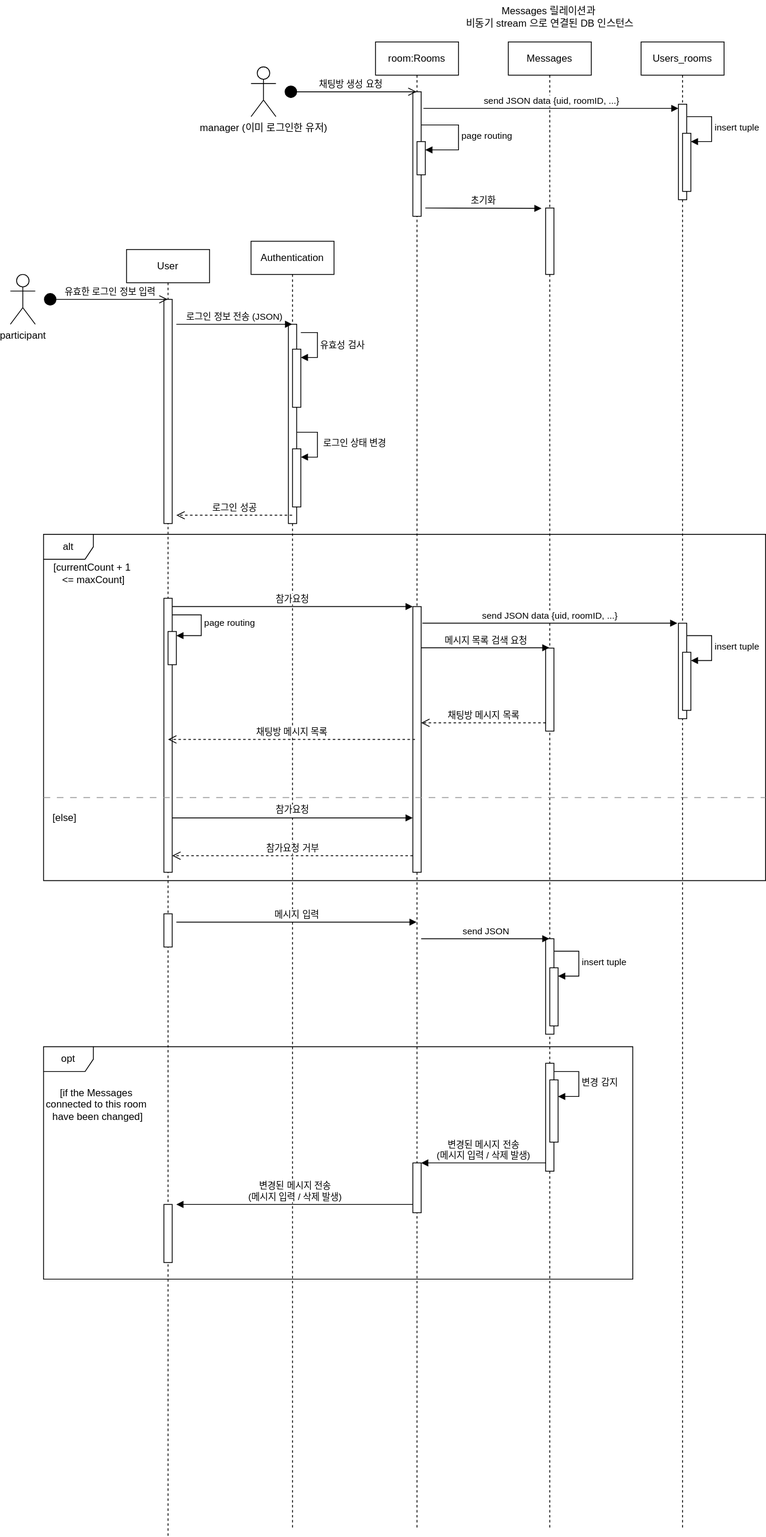
The draw.io diagram diagrams/sequence_diagram.drawio.svg in RGB234/meeting_app, before a commit. Source tidied: cells renumbered, new cells last; positions are measured from the earlier drawing's top-left corner, leaving out a move shared by most shapes.
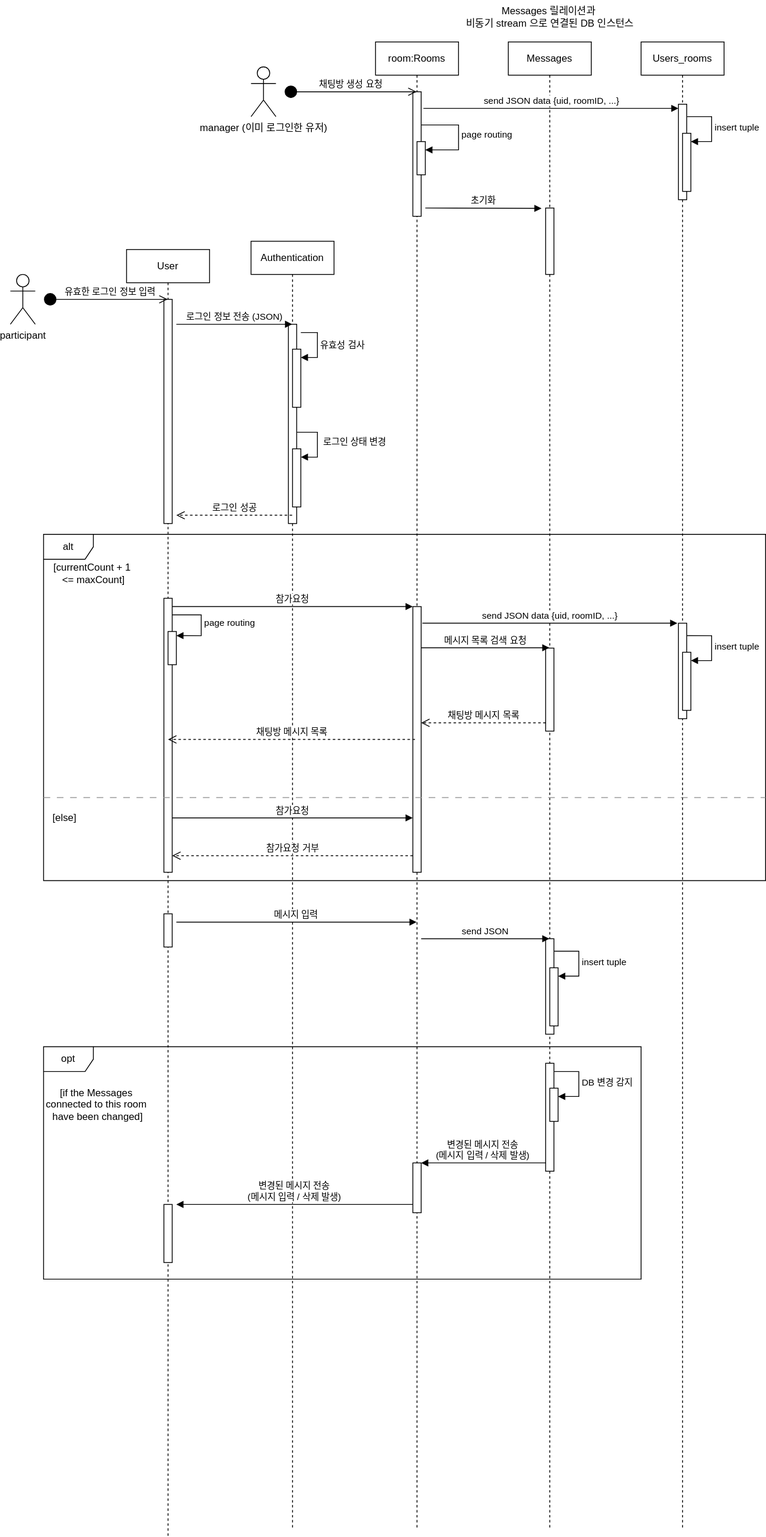
The same file after the commit.

Change to the diagram source:
```diff
@@ -229,7 +229,7 @@
       </mxGeometry>
     </mxCell>
     <mxCell id="52" value="opt" style="shape=umlFrame;whiteSpace=wrap;html=1;" parent="1" vertex="1">
-      <mxGeometry x="40" y="1260" width="710" height="280" as="geometry" />
+      <mxGeometry x="40" y="1260" width="720" height="280" as="geometry" />
     </mxCell>
     <mxCell id="53" value="[if the Messages&amp;nbsp;&lt;div&gt;connected to this room&amp;nbsp;&lt;div&gt;have been changed&lt;span style=&quot;background-color: initial;&quot;&gt;]&lt;/span&gt;&lt;/div&gt;&lt;/div&gt;" style="text;html=1;align=center;verticalAlign=middle;strokeColor=none;fillColor=none;" parent="1" vertex="1">
       <mxGeometry x="30" y="1300" width="150" height="60" as="geometry" />
@@ -243,9 +243,9 @@
       <mxGeometry x="645" y="1280" width="10" height="130" as="geometry" />
     </mxCell>
     <mxCell id="56" style="html=1;perimeter=orthogonalPerimeter;targetShapes=umlLifeline;newEdgeStyle={&quot;curved&quot;:0,&quot;rounded&quot;:0};" parent="1" vertex="1">
-      <mxGeometry x="650" y="1300" width="10" height="75" as="geometry" />
+      <mxGeometry x="650" y="1310" width="10" height="40" as="geometry" />
     </mxCell>
-    <mxCell id="57" value="변경 감지" style="html=1;align=left;spacingLeft=2;endArrow=block;rounded=0;edgeStyle=orthogonalEdgeStyle;curved=0;rounded=0;" parent="1" edge="1">
+    <mxCell id="57" value="DB 변경 감지" style="html=1;align=left;spacingLeft=2;endArrow=block;rounded=0;edgeStyle=orthogonalEdgeStyle;curved=0;rounded=0;" parent="1" edge="1">
       <mxGeometry relative="1" as="geometry">
         <mxPoint x="655" y="1290" as="sourcePoint" />
         <mxPoint x="660" y="1320" as="targetPoint" />
```
